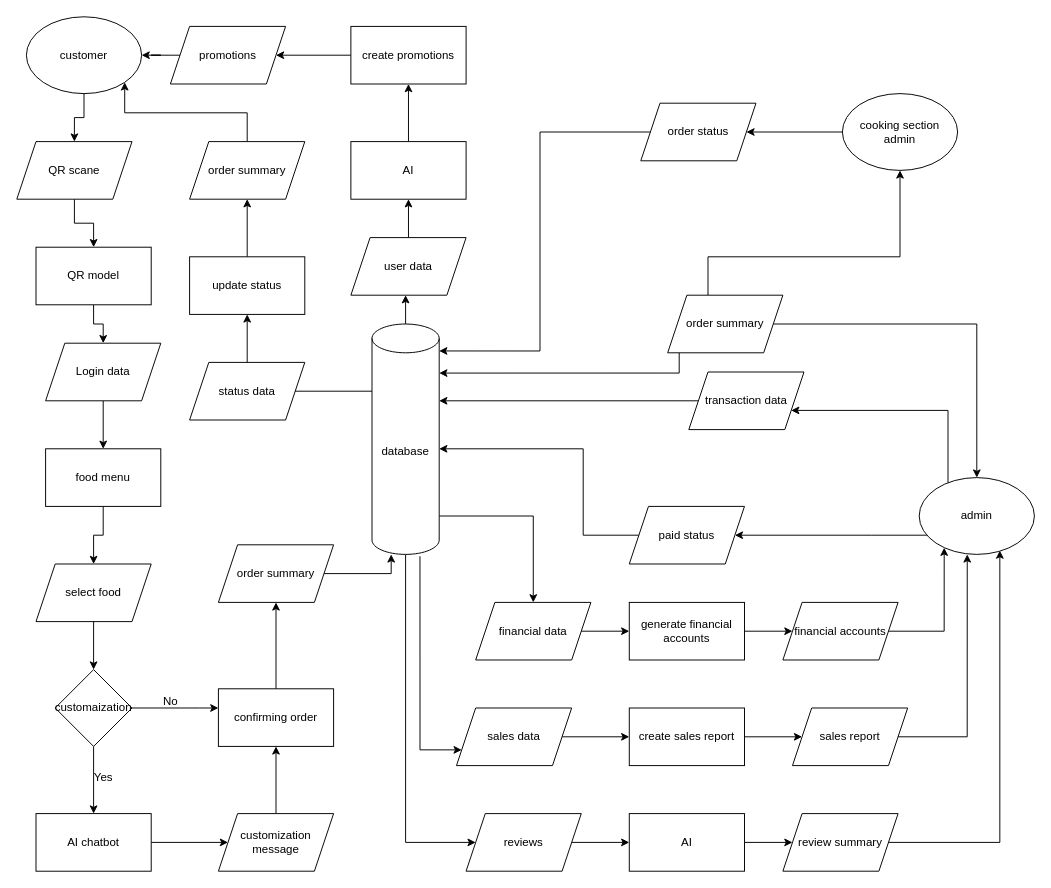
Earlier version of the draw.io diagram rms 2 Diagram.drawio (deleshan/puthurep). Source tidied: cells renumbered, new cells numbered last; positions are measured from the earlier drawing's top-left corner, leaving out a move shared by most shapes. Both pictures are drawn from the tidied source at 96%, with x=0, y=0 at pixel (16, 16).
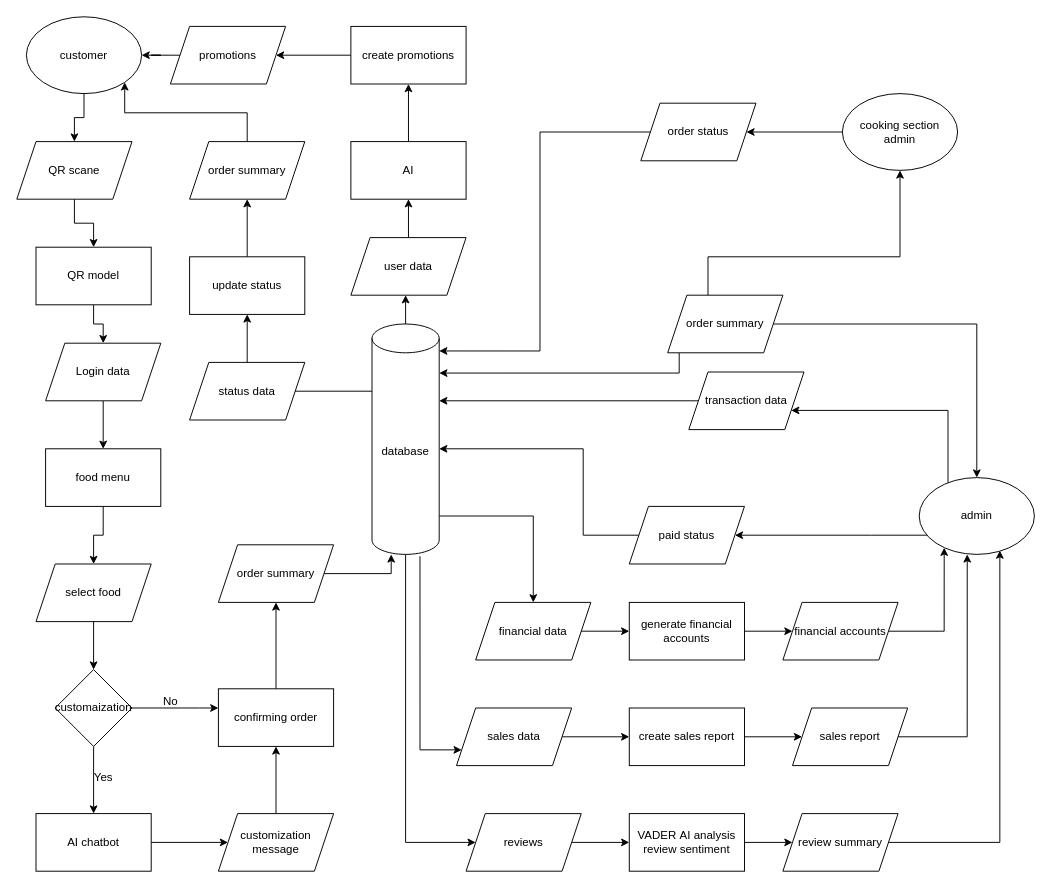
After the change.

What changed in the source:
```diff
@@
-    <mxCell id="62" value="AI" style="rounded=0;whiteSpace=wrap;html=1;" parent="1" vertex="1">
+    <mxCell id="62" value="VADER&amp;nbsp;AI analysis review sentiment" style="rounded=0;whiteSpace=wrap;html=1;" parent="1" vertex="1">
       <mxGeometry x="638" y="830" width="120" height="60" as="geometry" />
     </mxCell>
```
